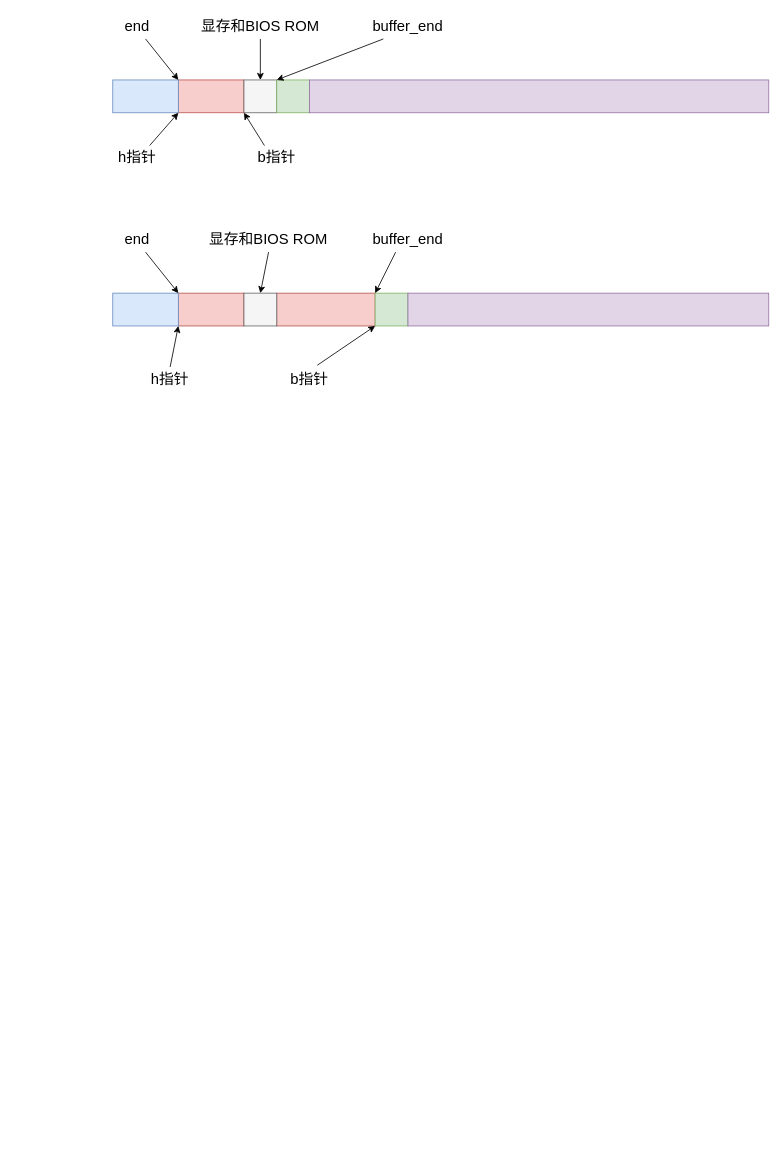
The draw.io diagram blog/Linux/Linux-0.11-fs/buffer/buffer.drawio in zgjsxx/static-img-repo, before the edit. Source tidied: cells renumbered, new cells numbered last; positions are measured from the earlier drawing's top-left corner, leaving out a move shared by most shapes. Both pictures are drawn from the tidied source at 82%, with x=0, y=0 at pixel (112, 14).
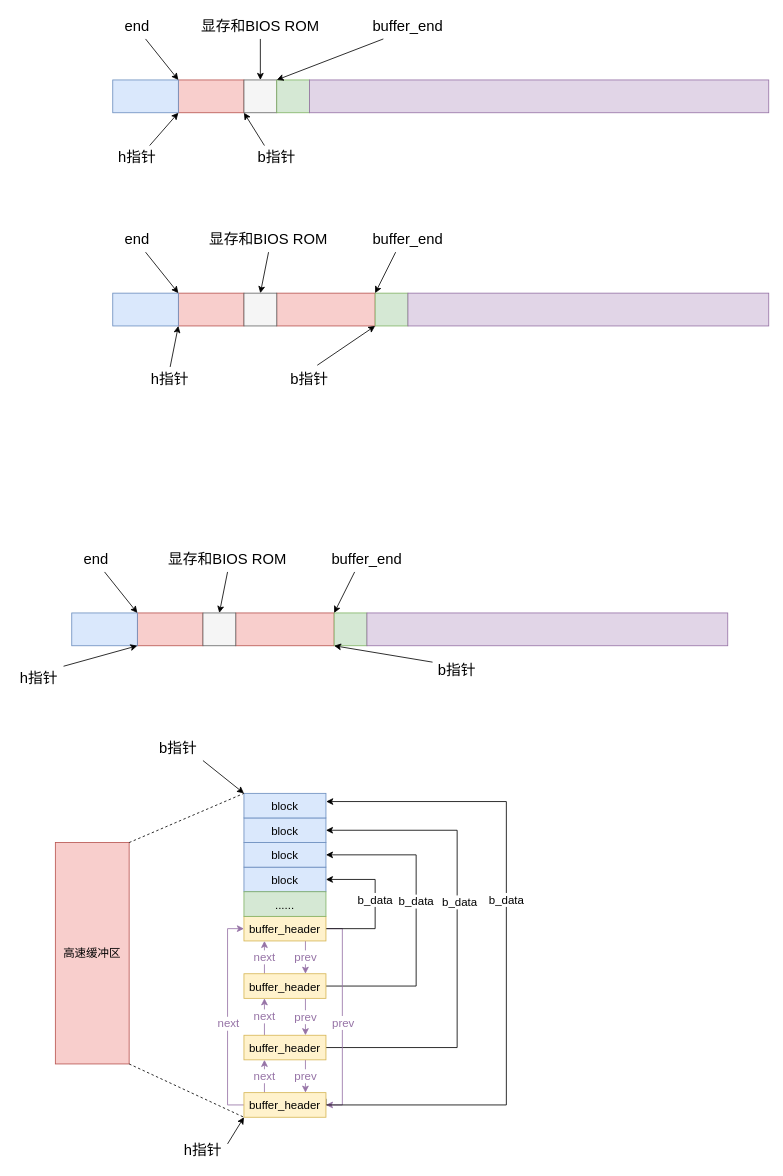
The same page after the edit.

Diff of the diagram source:
```diff
@@
+    <mxCell id="33" style="rounded=0;whiteSpace=wrap;html=1;fillColor=#f8cecc;strokeColor=#b85450;" parent="1" vertex="1">
+      <mxGeometry x="30" y="730" width="80" height="40" as="geometry" />
+    </mxCell>
+    <mxCell id="34" style="rounded=0;whiteSpace=wrap;html=1;fillColor=#dae8fc;strokeColor=#6c8ebf;" parent="1" vertex="1">
+      <mxGeometry x="-50" y="730" width="80" height="40" as="geometry" />
+    </mxCell>
+    <mxCell id="35" style="rounded=0;whiteSpace=wrap;html=1;fillColor=#f8cecc;strokeColor=#b85450;" parent="1" vertex="1">
+      <mxGeometry x="150" y="730" width="120" height="40" as="geometry" />
+    </mxCell>
+    <mxCell id="36" style="rounded=0;whiteSpace=wrap;html=1;fillColor=#f5f5f5;strokeColor=#666666;fontColor=#333333;" parent="1" vertex="1">
+      <mxGeometry x="110" y="730" width="40" height="40" as="geometry" />
+    </mxCell>
+    <mxCell id="37" style="rounded=0;whiteSpace=wrap;html=1;fillColor=#d5e8d4;strokeColor=#82b366;" parent="1" vertex="1">
+      <mxGeometry x="270" y="730" width="40" height="40" as="geometry" />
+    </mxCell>
+    <mxCell id="38" style="rounded=0;whiteSpace=wrap;html=1;fillColor=#e1d5e7;strokeColor=#9673a6;" parent="1" vertex="1">
+      <mxGeometry x="310" y="730" width="440" height="40" as="geometry" />
+    </mxCell>
+    <mxCell id="39" style="endArrow=classic;html=1;rounded=0;entryX=1;entryY=0;entryDx=0;entryDy=0;" parent="1" edge="1" target="34">
+      <mxGeometry relative="1" as="geometry">
+        <mxPoint x="-10" y="680" as="sourcePoint" />
+      </mxGeometry>
+    </mxCell>
+    <mxCell id="40" value="&lt;font style=&quot;font-size: 18px;&quot;&gt;end&lt;/font&gt;" style="text;strokeColor=none;align=center;fillColor=none;html=1;verticalAlign=middle;whiteSpace=wrap;rounded=0;" parent="1" vertex="1">
+      <mxGeometry x="-50" y="650" width="60" height="30" as="geometry" />
+    </mxCell>
+    <mxCell id="41" value="&lt;font style=&quot;font-size: 18px;&quot;&gt;buffer_end&lt;/font&gt;" style="text;strokeColor=none;align=center;fillColor=none;html=1;verticalAlign=middle;whiteSpace=wrap;rounded=0;" parent="1" vertex="1">
+      <mxGeometry x="280" y="650" width="60" height="30" as="geometry" />
+    </mxCell>
+    <mxCell id="42" style="endArrow=classic;html=1;rounded=0;entryX=1;entryY=0;entryDx=0;entryDy=0;exitX=0.25;exitY=1;exitDx=0;exitDy=0;" parent="1" edge="1" source="41">
+      <mxGeometry relative="1" as="geometry">
+        <mxPoint x="270" y="730" as="targetPoint" />
+      </mxGeometry>
+    </mxCell>
+    <mxCell id="43" value="显存和BIOS ROM" style="text;strokeColor=none;align=center;fillColor=none;html=1;verticalAlign=middle;whiteSpace=wrap;rounded=0;fontSize=18;" parent="1" vertex="1">
+      <mxGeometry x="50" y="650" width="180" height="30" as="geometry" />
+    </mxCell>
+    <mxCell id="44" style="endArrow=classic;html=1;rounded=0;fontSize=18;entryX=0.5;entryY=0;entryDx=0;entryDy=0;exitX=0.5;exitY=1;exitDx=0;exitDy=0;" parent="1" edge="1" source="43" target="36">
+      <mxGeometry relative="1" as="geometry" />
+    </mxCell>
+    <mxCell id="45" value="&lt;font style=&quot;font-size: 18px;&quot;&gt;b指针&lt;/font&gt;" style="text;strokeColor=none;align=center;fillColor=none;html=1;verticalAlign=middle;whiteSpace=wrap;rounded=0;" parent="1" vertex="1">
+      <mxGeometry x="390" y="790" width="60" height="20" as="geometry" />
+    </mxCell>
+    <mxCell id="46" style="endArrow=classic;html=1;rounded=0;exitX=1;exitY=0;exitDx=0;exitDy=0;" parent="1" edge="1" source="48">
+      <mxGeometry relative="1" as="geometry">
+        <mxPoint x="30" y="770" as="targetPoint" />
+      </mxGeometry>
+    </mxCell>
+    <mxCell id="47" style="endArrow=classic;html=1;rounded=0;fontSize=18;entryX=0;entryY=1;entryDx=0;entryDy=0;exitX=0;exitY=0;exitDx=0;exitDy=0;" parent="1" edge="1" source="45" target="37">
+      <mxGeometry relative="1" as="geometry" />
+    </mxCell>
+    <mxCell id="48" value="&lt;font style=&quot;font-size: 18px;&quot;&gt;h指针&lt;/font&gt;" style="text;strokeColor=none;align=center;fillColor=none;html=1;verticalAlign=middle;whiteSpace=wrap;rounded=0;" parent="1" vertex="1">
+      <mxGeometry x="-120" y="795" width="60" height="30" as="geometry" />
+    </mxCell>
+    <mxCell id="49" value="&lt;font style=&quot;font-size: 14px;&quot;&gt;block&lt;/font&gt;" style="rounded=0;whiteSpace=wrap;html=1;fontSize=18;fillColor=#dae8fc;strokeColor=#6c8ebf;" parent="1" vertex="1">
+      <mxGeometry x="160" y="1040" width="100" height="30" as="geometry" />
+    </mxCell>
+    <mxCell id="50" value="&lt;font style=&quot;font-size: 14px;&quot;&gt;block&lt;/font&gt;" style="rounded=0;whiteSpace=wrap;html=1;fontSize=18;fillColor=#dae8fc;strokeColor=#6c8ebf;" parent="1" vertex="1">
+      <mxGeometry x="160" y="1010" width="100" height="30" as="geometry" />
+    </mxCell>
+    <mxCell id="51" value="&lt;font style=&quot;font-size: 14px;&quot;&gt;block&lt;/font&gt;" style="rounded=0;whiteSpace=wrap;html=1;fontSize=18;fillColor=#dae8fc;strokeColor=#6c8ebf;" parent="1" vertex="1">
+      <mxGeometry x="160" y="980" width="100" height="30" as="geometry" />
+    </mxCell>
+    <mxCell id="52" value="&lt;span style=&quot;font-size: 14px;&quot;&gt;block&lt;/span&gt;" style="rounded=0;whiteSpace=wrap;html=1;fontSize=18;fillColor=#dae8fc;strokeColor=#6c8ebf;" parent="1" vertex="1">
+      <mxGeometry x="160" y="950" width="100" height="30" as="geometry" />
+    </mxCell>
+    <mxCell id="53" value="prev" style="edgeStyle=orthogonalEdgeStyle;rounded=0;jettySize=auto;html=1;exitX=0.75;exitY=1;exitDx=0;exitDy=0;entryX=0.75;entryY=0;entryDx=0;entryDy=0;fontSize=14;fillColor=#e1d5e7;strokeColor=#9673a6;fontColor=#9673a6;" parent="1" edge="1" source="57" target="72">
+      <mxGeometry relative="1" as="geometry" />
+    </mxCell>
+    <mxCell id="54" value="next" style="edgeStyle=orthogonalEdgeStyle;rounded=0;jettySize=auto;html=1;exitX=0.25;exitY=0;exitDx=0;exitDy=0;entryX=0.25;entryY=1;entryDx=0;entryDy=0;fontSize=14;fillColor=#e1d5e7;strokeColor=#9673a6;fontColor=#9673a6;" parent="1" edge="1" source="57" target="61">
+      <mxGeometry relative="1" as="geometry" />
+    </mxCell>
+    <mxCell id="55" style="edgeStyle=orthogonalEdgeStyle;rounded=0;jettySize=auto;html=1;exitX=1;exitY=0.5;exitDx=0;exitDy=0;entryX=1;entryY=0.5;entryDx=0;entryDy=0;fontSize=14;fontColor=#9673a6;" parent="1" edge="1" source="57" target="51">
+      <mxGeometry relative="1" as="geometry">
+        <Array as="points">
+          <mxPoint x="420" y="1260" />
+          <mxPoint x="420" y="995" />
+        </Array>
+      </mxGeometry>
+    </mxCell>
+    <mxCell id="56" value="b_data" style="edgeLabel;html=1;align=center;verticalAlign=middle;fontSize=14;fontColor=#000000;" parent="55" vertex="1">
+      <mxGeometry x="0.15" y="-2" relative="1" as="geometry">
+        <mxPoint y="-2" as="offset" />
+      </mxGeometry>
+    </mxCell>
+    <mxCell id="57" value="&lt;font style=&quot;font-size: 14px;&quot;&gt;buffer_header&lt;/font&gt;" style="rounded=0;whiteSpace=wrap;html=1;fontSize=18;fillColor=#fff2cc;strokeColor=#d6b656;" parent="1" vertex="1">
+      <mxGeometry x="160" y="1245" width="100" height="30" as="geometry" />
+    </mxCell>
+    <mxCell id="58" value="prev" style="edgeStyle=orthogonalEdgeStyle;rounded=0;jettySize=auto;html=1;exitX=0.75;exitY=1;exitDx=0;exitDy=0;entryX=0.75;entryY=0;entryDx=0;entryDy=0;fontSize=14;fillColor=#e1d5e7;strokeColor=#9673a6;fontColor=#9673a6;" parent="1" edge="1" source="61" target="57">
+      <mxGeometry relative="1" as="geometry" />
+    </mxCell>
+    <mxCell id="59" value="next" style="edgeStyle=orthogonalEdgeStyle;rounded=0;jettySize=auto;html=1;exitX=0.25;exitY=0;exitDx=0;exitDy=0;entryX=0.25;entryY=1;entryDx=0;entryDy=0;fontSize=14;fillColor=#e1d5e7;strokeColor=#9673a6;fontColor=#9673a6;" parent="1" edge="1" source="61" target="66">
+      <mxGeometry relative="1" as="geometry" />
+    </mxCell>
+    <mxCell id="60" value="b_data" style="edgeStyle=orthogonalEdgeStyle;rounded=0;jettySize=auto;html=1;exitX=1;exitY=0.5;exitDx=0;exitDy=0;entryX=1;entryY=0.5;entryDx=0;entryDy=0;fontSize=14;fontColor=#000000;" parent="1" edge="1" source="61" target="50">
+      <mxGeometry x="0.12" relative="1" as="geometry">
+        <Array as="points">
+          <mxPoint x="370" y="1185" />
+          <mxPoint x="370" y="1025" />
+        </Array>
+      </mxGeometry>
+    </mxCell>
+    <mxCell id="61" value="&lt;font style=&quot;font-size: 14px;&quot;&gt;buffer_header&lt;/font&gt;" style="rounded=0;whiteSpace=wrap;html=1;fontSize=18;fillColor=#fff2cc;strokeColor=#d6b656;" parent="1" vertex="1">
+      <mxGeometry x="160" y="1170" width="100" height="30" as="geometry" />
+    </mxCell>
+    <mxCell id="62" value="prev" style="edgeStyle=orthogonalEdgeStyle;rounded=0;jettySize=auto;html=1;exitX=0.75;exitY=1;exitDx=0;exitDy=0;entryX=0.75;entryY=0;entryDx=0;entryDy=0;fontSize=14;fillColor=#e1d5e7;strokeColor=#9673a6;fontColor=#9673a6;" parent="1" edge="1" source="66" target="61">
+      <mxGeometry relative="1" as="geometry" />
+    </mxCell>
+    <mxCell id="63" style="edgeStyle=orthogonalEdgeStyle;rounded=0;jettySize=auto;html=1;exitX=1;exitY=0.5;exitDx=0;exitDy=0;entryX=1;entryY=0.5;entryDx=0;entryDy=0;fontSize=14;fillColor=#e1d5e7;strokeColor=#9673a6;" parent="1" edge="1" source="66" target="72">
+      <mxGeometry relative="1" as="geometry" />
+    </mxCell>
+    <mxCell id="64" value="prev" style="edgeLabel;html=1;align=center;verticalAlign=middle;fontSize=14;fontColor=#9673a6;" parent="63" vertex="1">
+      <mxGeometry x="-0.26" y="2" relative="1" as="geometry">
+        <mxPoint x="-2" y="40" as="offset" />
+      </mxGeometry>
+    </mxCell>
+    <mxCell id="65" value="b_data" style="edgeStyle=orthogonalEdgeStyle;rounded=0;jettySize=auto;html=1;exitX=1;exitY=0.5;exitDx=0;exitDy=0;entryX=1;entryY=0.5;entryDx=0;entryDy=0;fontSize=14;fontColor=#000000;" parent="1" edge="1" source="66" target="49">
+      <mxGeometry x="0.06" relative="1" as="geometry">
+        <Array as="points">
+          <mxPoint x="320" y="1115" />
+          <mxPoint x="320" y="1055" />
+        </Array>
+      </mxGeometry>
+    </mxCell>
+    <mxCell id="66" value="&lt;font style=&quot;font-size: 14px;&quot;&gt;buffer_header&lt;/font&gt;" style="rounded=0;whiteSpace=wrap;html=1;fontSize=18;fillColor=#fff2cc;strokeColor=#d6b656;" parent="1" vertex="1">
+      <mxGeometry x="160" y="1100" width="100" height="30" as="geometry" />
+    </mxCell>
+    <mxCell id="67" value="&lt;span style=&quot;font-size: 14px;&quot;&gt;......&lt;/span&gt;" style="rounded=0;whiteSpace=wrap;html=1;fontSize=18;fillColor=#d5e8d4;strokeColor=#82b366;" parent="1" vertex="1">
+      <mxGeometry x="160" y="1070" width="100" height="30" as="geometry" />
+    </mxCell>
+    <mxCell id="68" value="next" style="edgeStyle=orthogonalEdgeStyle;rounded=0;jettySize=auto;html=1;exitX=0.25;exitY=0;exitDx=0;exitDy=0;entryX=0.25;entryY=1;entryDx=0;entryDy=0;fontSize=14;fillColor=#e1d5e7;strokeColor=#9673a6;fontColor=#9673a6;" parent="1" edge="1" source="72" target="57">
+      <mxGeometry relative="1" as="geometry" />
+    </mxCell>
+    <mxCell id="69" style="edgeStyle=orthogonalEdgeStyle;rounded=0;jettySize=auto;html=1;exitX=0;exitY=0.5;exitDx=0;exitDy=0;entryX=0;entryY=0.5;entryDx=0;entryDy=0;fontSize=14;fillColor=#e1d5e7;strokeColor=#9673a6;" parent="1" edge="1" source="72" target="66">
+      <mxGeometry relative="1" as="geometry" />
+    </mxCell>
+    <mxCell id="70" value="next" style="edgeLabel;html=1;align=center;verticalAlign=middle;fontSize=14;fontColor=#9673a6;" parent="69" vertex="1">
+      <mxGeometry x="0.39" y="-1" relative="1" as="geometry">
+        <mxPoint x="-1" y="57" as="offset" />
+      </mxGeometry>
+    </mxCell>
+    <mxCell id="71" value="b_data" style="edgeStyle=orthogonalEdgeStyle;rounded=0;jettySize=auto;html=1;exitX=1;exitY=0.25;exitDx=0;exitDy=0;fontSize=14;fontColor=#000000;fillColor=#a0522d;strokeColor=#000000;" parent="1" edge="1" source="72">
+      <mxGeometry x="0.17" relative="1" as="geometry">
+        <mxPoint x="260.3" y="960" as="targetPoint" />
+        <Array as="points">
+          <mxPoint x="260" y="1330" />
+          <mxPoint x="480" y="1330" />
+          <mxPoint x="480" y="960" />
+        </Array>
+      </mxGeometry>
+    </mxCell>
+    <mxCell id="72" value="&lt;font style=&quot;font-size: 14px;&quot;&gt;buffer_header&lt;/font&gt;" style="rounded=0;whiteSpace=wrap;html=1;fontSize=18;fillColor=#fff2cc;strokeColor=#d6b656;" parent="1" vertex="1">
+      <mxGeometry x="160" y="1315" width="100" height="30" as="geometry" />
+    </mxCell>
+    <mxCell id="73" value="&lt;div style=&quot;background-color: rgb(255, 255, 255); font-family: Consolas, &amp;quot;Courier New&amp;quot;, monospace; line-height: 19px;&quot;&gt;&lt;br&gt;&lt;/div&gt;" style="text;strokeColor=none;align=center;fillColor=none;html=1;verticalAlign=middle;whiteSpace=wrap;rounded=0;fontSize=14;" parent="1" vertex="1">
+      <mxGeometry x="460" y="1080" width="60" height="30" as="geometry" />
+    </mxCell>
+    <mxCell id="74" value="高速缓冲区" style="rounded=0;whiteSpace=wrap;html=1;fontSize=14;fillColor=#f8cecc;strokeColor=#b85450;" parent="1" vertex="1">
+      <mxGeometry x="-70" y="1010" width="90" height="270" as="geometry" />
+    </mxCell>
+    <mxCell id="75" style="endArrow=none;dashed=1;html=1;rounded=0;fontSize=14;entryX=0;entryY=0;entryDx=0;entryDy=0;exitX=1;exitY=0;exitDx=0;exitDy=0;" parent="1" edge="1" source="74" target="52">
+      <mxGeometry relative="1" as="geometry" />
+    </mxCell>
+    <mxCell id="76" style="endArrow=none;dashed=1;html=1;rounded=0;fontSize=14;entryX=0;entryY=1;entryDx=0;entryDy=0;exitX=1;exitY=1;exitDx=0;exitDy=0;" parent="1" edge="1" source="74" target="72">
+      <mxGeometry relative="1" as="geometry" />
+    </mxCell>
+    <mxCell id="77" value="&lt;font style=&quot;font-size: 18px;&quot;&gt;h指针&lt;/font&gt;" style="text;strokeColor=none;align=center;fillColor=none;html=1;verticalAlign=middle;whiteSpace=wrap;rounded=0;" parent="1" vertex="1">
+      <mxGeometry x="80" y="1370" width="60" height="30" as="geometry" />
+    </mxCell>
+    <mxCell id="78" style="endArrow=classic;html=1;rounded=0;fontSize=14;entryX=0;entryY=1;entryDx=0;entryDy=0;exitX=1;exitY=0.25;exitDx=0;exitDy=0;" parent="1" edge="1" source="77" target="72">
+      <mxGeometry relative="1" as="geometry" />
+    </mxCell>
+    <mxCell id="79" value="&lt;font style=&quot;font-size: 18px;&quot;&gt;b指针&lt;/font&gt;" style="text;strokeColor=none;align=center;fillColor=none;html=1;verticalAlign=middle;whiteSpace=wrap;rounded=0;" parent="1" vertex="1">
+      <mxGeometry x="50" y="880" width="60" height="30" as="geometry" />
+    </mxCell>
+    <mxCell id="80" style="endArrow=classic;html=1;rounded=0;fontSize=14;exitX=1;exitY=1;exitDx=0;exitDy=0;entryX=0;entryY=0;entryDx=0;entryDy=0;" parent="1" edge="1" source="79" target="52">
+      <mxGeometry relative="1" as="geometry" />
+    </mxCell>
```
